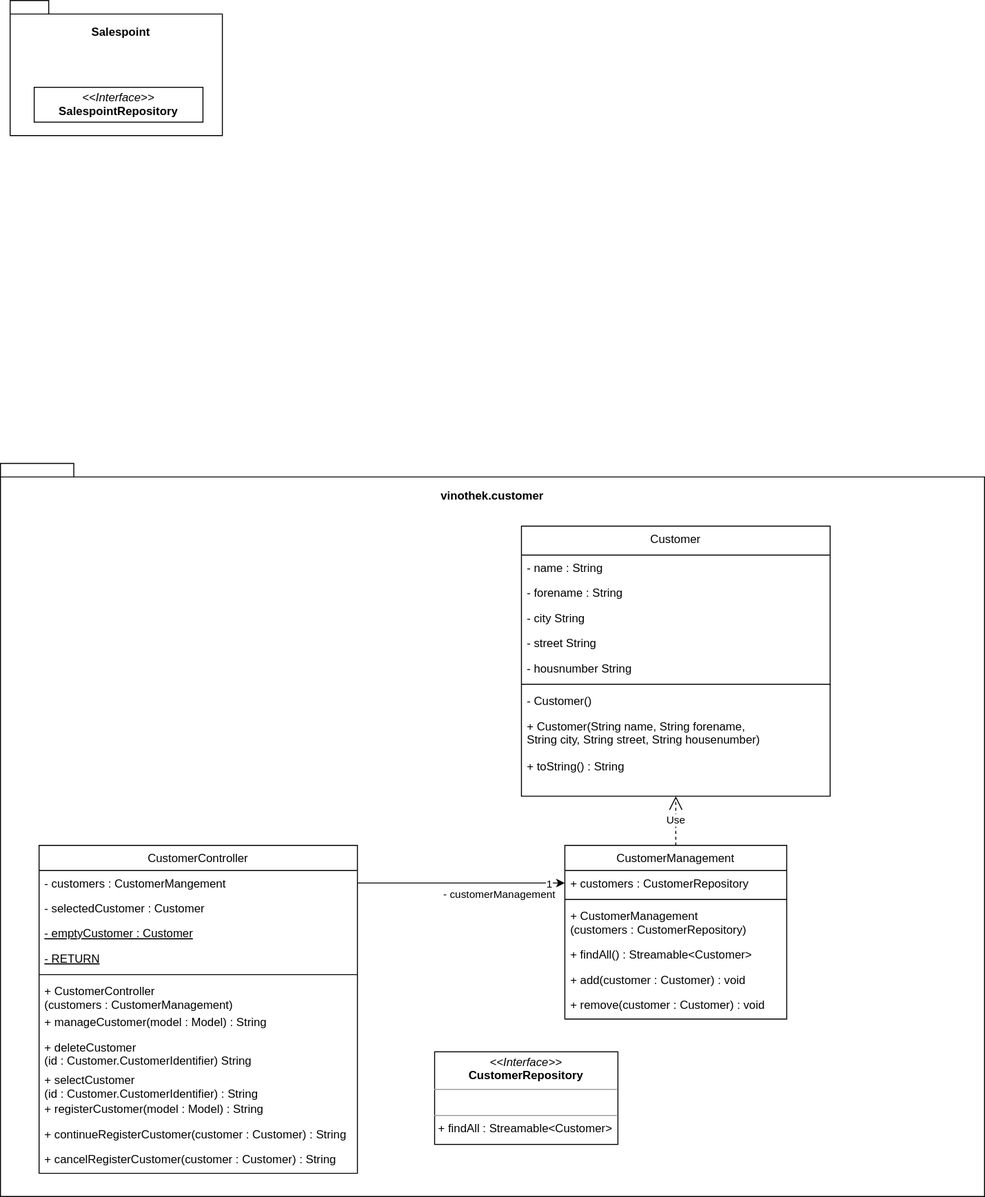
This is diagrams SWP/Klassendiagramm Customer.drawio.svg from StarSkiller/Diagrams, a draw.io export, as it was before one commit. Source tidied: cells renumbered, new cells last; positions are measured from the earlier drawing's top-left corner, leaving out a move shared by most shapes.
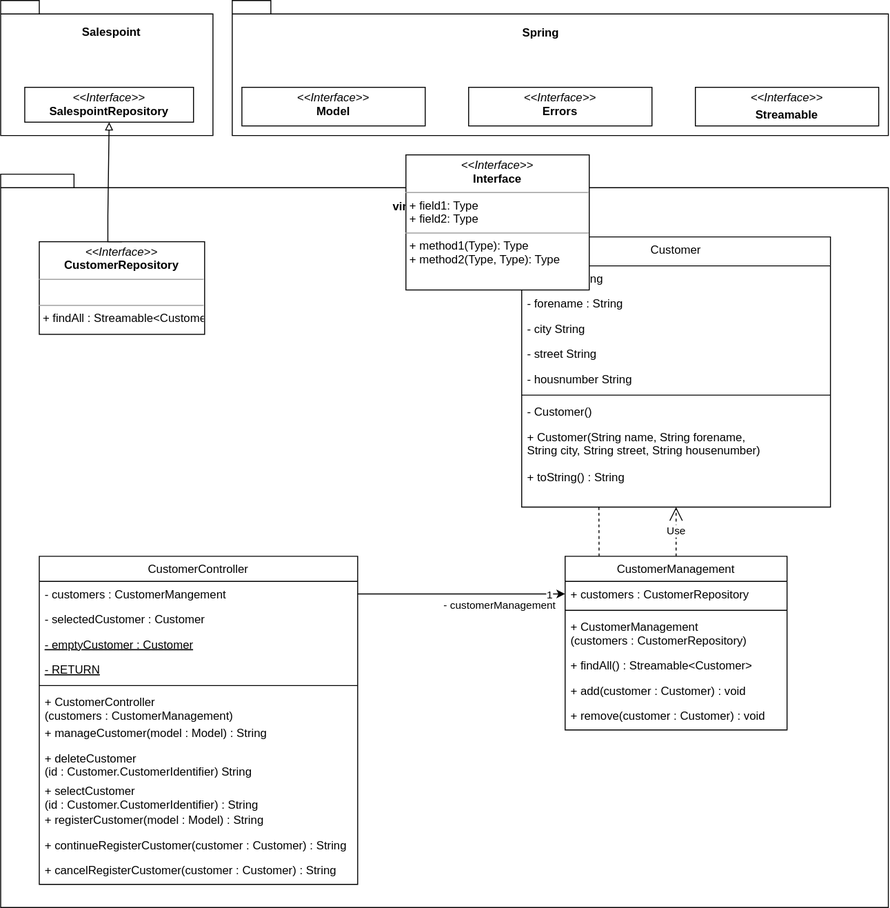
After the commit.

Change to the diagram source:
```diff
@@ -3,7 +3,7 @@
     <mxCell id="0" />
     <mxCell id="1" parent="0" />
     <mxCell id="2" style="shape=folder;fontStyle=1;spacingTop=10;tabWidth=40;tabHeight=14;tabPosition=left;html=1;" parent="1" vertex="1">
-      <mxGeometry x="10" width="220" height="140" as="geometry" />
+      <mxGeometry y="300" width="220" height="140" as="geometry" />
     </mxCell>
     <mxCell id="3" style="group;" parent="2" vertex="1">
       <mxGeometry x="10" y="10" width="210" height="130" as="geometry" />
@@ -18,14 +18,17 @@
       <mxGeometry x="90.3" y="19.6" width="29.3" height="4.4" as="geometry" />
     </mxCell>
     <mxCell id="7" style="group;" parent="1" vertex="1">
-      <mxGeometry y="480" width="1020" height="760" as="geometry" />
+      <mxGeometry y="480" width="920" height="760" as="geometry" />
     </mxCell>
     <mxCell id="8" style="shape=folder;fontStyle=1;spacingTop=10;tabWidth=40;tabHeight=14;tabPosition=left;html=1;" parent="7" vertex="1">
-      <mxGeometry width="1020" height="760" as="geometry" />
+      <mxGeometry width="920" height="760" as="geometry" />
     </mxCell>
     <mxCell id="9" value="vinothek.customer" style="text;align=center;fontStyle=1;verticalAlign=middle;spacingLeft=3;spacingRight=3;strokeColor=none;" parent="7" vertex="1">
-      <mxGeometry x="470" y="20" width="80" height="26" as="geometry" />
+      <mxGeometry x="423.9" y="20" width="72.2" height="26" as="geometry" />
     </mxCell>
+    <mxCell id="40" value="&lt;p style=&quot;margin:0px;margin-top:4px;text-align:center;&quot;&gt;&lt;i&gt;&amp;lt;&amp;lt;Interface&amp;gt;&amp;gt;&lt;/i&gt;&lt;br&gt;&lt;b&gt;CustomerRepository&lt;/b&gt;&lt;/p&gt;&lt;hr size=&quot;1&quot;&gt;&lt;p style=&quot;margin:0px;margin-left:4px;&quot;&gt;&lt;br&gt;&lt;/p&gt;&lt;hr size=&quot;1&quot;&gt;&lt;p style=&quot;margin:0px;margin-left:4px;&quot;&gt;+ findAll : Streamable&amp;lt;Customer&amp;gt;&lt;br&gt;&lt;/p&gt;" style="verticalAlign=top;align=left;overflow=fill;fontSize=12;fontFamily=Helvetica;html=1;" parent="7" vertex="1">
+      <mxGeometry x="40" y="70" width="171.4" height="96" as="geometry" />
+    </mxCell>
     <mxCell id="10" value="Customer" style="swimlane;fontStyle=0;align=center;verticalAlign=top;horizontal=1;startSize=30;rounded=0;shadow=0;strokeWidth=1;" parent="1" vertex="1">
       <mxGeometry x="540" y="545" width="320" height="280" as="geometry" />
     </mxCell>
@@ -116,9 +119,6 @@
     <mxCell id="39" value="+ remove(customer : Customer) : void" style="text;align=left;verticalAlign=top;spacingLeft=4;spacingRight=4;overflow=hidden;" parent="33" vertex="1">
       <mxGeometry y="152" width="230" height="26" as="geometry" />
     </mxCell>
-    <mxCell id="40" value="&lt;p style=&quot;margin:0px;margin-top:4px;text-align:center;&quot;&gt;&lt;i&gt;&amp;lt;&amp;lt;Interface&amp;gt;&amp;gt;&lt;/i&gt;&lt;br&gt;&lt;b&gt;CustomerRepository&lt;/b&gt;&lt;/p&gt;&lt;hr size=&quot;1&quot;&gt;&lt;p style=&quot;margin:0px;margin-left:4px;&quot;&gt;&lt;br&gt;&lt;/p&gt;&lt;hr size=&quot;1&quot;&gt;&lt;p style=&quot;margin:0px;margin-left:4px;&quot;&gt;+ findAll : Streamable&amp;lt;Customer&amp;gt;&lt;br&gt;&lt;/p&gt;" style="verticalAlign=top;align=left;overflow=fill;fontSize=12;fontFamily=Helvetica;html=1;" parent="1" vertex="1">
-      <mxGeometry x="450" y="1090" width="190" height="96" as="geometry" />
-    </mxCell>
     <mxCell id="41" style="edgeStyle=orthogonalEdgeStyle;rounded=0;jettySize=auto;html=1;exitX=1;exitY=0.5;exitDx=0;exitDy=0;entryX=0;entryY=0.5;entryDx=0;entryDy=0;" parent="1" edge="1" source="21" target="34">
       <mxGeometry relative="1" as="geometry" />
     </mxCell>
@@ -135,5 +135,34 @@
     <mxCell id="44" value="Use" style="endArrow=open;endSize=12;dashed=1;html=1;rounded=0;entryX=0.5;entryY=1;entryDx=0;entryDy=0;exitX=0.5;exitY=0;exitDx=0;exitDy=0;" parent="1" edge="1" source="33" target="10">
       <mxGeometry relative="1" as="geometry" />
     </mxCell>
+    <mxCell id="45" style="shape=folder;fontStyle=1;spacingTop=10;tabWidth=40;tabHeight=14;tabPosition=left;html=1;" parent="1" vertex="1">
+      <mxGeometry x="240" y="300" width="680" height="140" as="geometry" />
+    </mxCell>
+    <mxCell id="46" value="Spring" style="text;align=center;fontStyle=1;verticalAlign=middle;spacingLeft=3;spacingRight=3;strokeColor=none;" parent="1" vertex="1">
+      <mxGeometry x="520" y="320" width="80" height="26" as="geometry" />
+    </mxCell>
+    <mxCell id="47" style="edgeStyle=orthogonalEdgeStyle;rounded=0;jettySize=auto;html=1;exitX=0.5;exitY=0;exitDx=0;exitDy=0;entryX=0.5;entryY=1;entryDx=0;entryDy=0;endArrow=block;endFill=0;" parent="1" edge="1" source="40" target="5">
+      <mxGeometry relative="1" as="geometry">
+        <Array as="points">
+          <mxPoint x="111" y="523" />
+          <mxPoint x="112" y="523" />
+        </Array>
+      </mxGeometry>
+    </mxCell>
+    <mxCell id="48" style="endArrow=none;dashed=1;endFill=0;endSize=12;html=1;rounded=0;exitX=0.153;exitY=0;exitDx=0;exitDy=0;entryX=0.25;entryY=1;entryDx=0;entryDy=0;exitPerimeter=0;" parent="1" edge="1" source="33" target="10">
+      <mxGeometry relative="1" as="geometry" />
+    </mxCell>
+    <mxCell id="49" value="&lt;p style=&quot;margin:0px;margin-top:4px;text-align:center;&quot;&gt;&lt;i&gt;&amp;lt;&amp;lt;Interface&amp;gt;&amp;gt;&lt;/i&gt;&lt;br/&gt;&lt;b&gt;Interface&lt;/b&gt;&lt;/p&gt;&lt;hr size=&quot;1&quot;/&gt;&lt;p style=&quot;margin:0px;margin-left:4px;&quot;&gt;+ field1: Type&lt;br/&gt;+ field2: Type&lt;/p&gt;&lt;hr size=&quot;1&quot;/&gt;&lt;p style=&quot;margin:0px;margin-left:4px;&quot;&gt;+ method1(Type): Type&lt;br/&gt;+ method2(Type, Type): Type&lt;/p&gt;" style="verticalAlign=top;align=left;overflow=fill;fontSize=12;fontFamily=Helvetica;html=1;" parent="1" vertex="1">
+      <mxGeometry x="420" y="460" width="190" height="140" as="geometry" />
+    </mxCell>
+    <mxCell id="50" value="&lt;p style=&quot;margin:0px;margin-top:4px;text-align:center;&quot;&gt;&lt;i&gt;&amp;lt;&amp;lt;Interface&amp;gt;&amp;gt;&lt;/i&gt;&lt;br&gt;&lt;b&gt;Model&lt;/b&gt;&lt;/p&gt;&lt;p style=&quot;margin:0px;margin-left:4px;&quot;&gt;&lt;br&gt;&lt;/p&gt;" style="verticalAlign=top;align=left;overflow=fill;fontSize=12;fontFamily=Helvetica;html=1;" parent="1" vertex="1">
+      <mxGeometry x="250" y="390" width="190" height="40" as="geometry" />
+    </mxCell>
+    <mxCell id="51" value="&lt;p style=&quot;margin:0px;margin-top:4px;text-align:center;&quot;&gt;&lt;i&gt;&amp;lt;&amp;lt;Interface&amp;gt;&amp;gt;&lt;/i&gt;&lt;br&gt;&lt;b&gt;Errors&lt;/b&gt;&lt;/p&gt;&lt;p style=&quot;margin:0px;margin-left:4px;&quot;&gt;&lt;br&gt;&lt;/p&gt;" style="verticalAlign=top;align=left;overflow=fill;fontSize=12;fontFamily=Helvetica;html=1;" parent="1" vertex="1">
+      <mxGeometry x="485" y="390" width="190" height="40" as="geometry" />
+    </mxCell>
+    <mxCell id="52" value="&lt;p style=&quot;margin:0px;margin-top:4px;text-align:center;&quot;&gt;&lt;i&gt;&amp;lt;&amp;lt;Interface&amp;gt;&amp;gt;&lt;/i&gt;&lt;/p&gt;&lt;p style=&quot;margin:0px;margin-top:4px;text-align:center;&quot;&gt;&lt;b&gt;Streamable&lt;/b&gt;&lt;br&gt;&lt;/p&gt;" style="verticalAlign=top;align=left;overflow=fill;fontSize=12;fontFamily=Helvetica;html=1;" parent="1" vertex="1">
+      <mxGeometry x="720" y="390" width="190" height="40" as="geometry" />
+    </mxCell>
   </root>
 </mxGraphModel>
```
